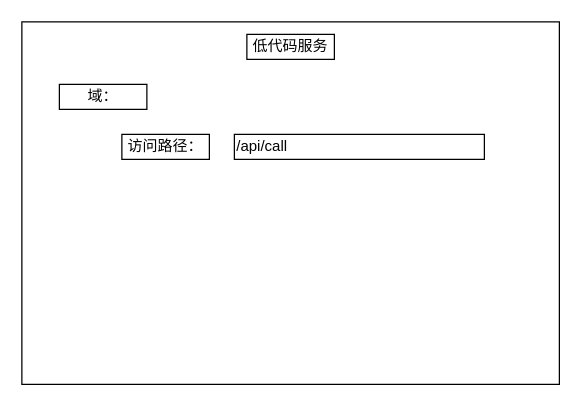
Above: 未命名绘图.drawio in ProgrammerLZ/drawio (draw.io), before the change. Source tidied: cells renumbered, new cells numbered last; positions are measured from the earlier drawing's top-left corner, leaving out a move shared by most shapes. Both pictures are drawn from the tidied source at 125%, with x=0, y=0 at pixel (21, 21).
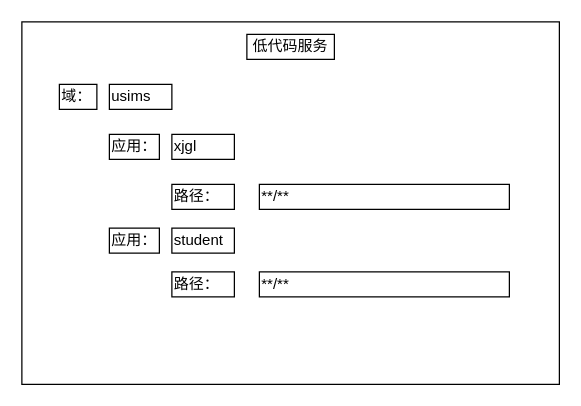
After the change.

Commit message (it also covers changes not shown here):
更新未命名绘图.drawio

Change to the diagram source:
```diff
@@
 <mxGraphModel>
   <root>
     <mxCell id="0" />
     <mxCell id="1" parent="0" />
     <mxCell id="2" style="rounded=0;whiteSpace=wrap;html=1;" parent="1" vertex="1">
       <mxGeometry width="430" height="290" as="geometry" />
     </mxCell>
     <mxCell id="3" value="低代码服务" style="rounded=0;whiteSpace=wrap;html=1;" parent="1" vertex="1">
       <mxGeometry x="180" y="10" width="70" height="20" as="geometry" />
     </mxCell>
-    <mxCell id="4" value="访问路径：" style="rounded=0;whiteSpace=wrap;html=1;" parent="1" vertex="1">
-      <mxGeometry x="80" y="90" width="70" height="20" as="geometry" />
+    <mxCell id="4" value="路径：" style="rounded=0;whiteSpace=wrap;html=1;align=left;" parent="1" vertex="1">
+      <mxGeometry x="120" y="130" width="50" height="20" as="geometry" />
     </mxCell>
-    <mxCell id="5" value="/api/call" style="rounded=0;whiteSpace=wrap;html=1;align=left;" parent="1" vertex="1">
-      <mxGeometry x="170" y="90" width="200" height="20" as="geometry" />
+    <mxCell id="5" value="**/**" style="rounded=0;whiteSpace=wrap;html=1;align=left;" parent="1" vertex="1">
+      <mxGeometry x="190" y="130" width="200" height="20" as="geometry" />
     </mxCell>
-    <mxCell id="6" value="域：" style="rounded=0;whiteSpace=wrap;html=1;" parent="1" vertex="1">
-      <mxGeometry x="30" y="50" width="70" height="20" as="geometry" />
+    <mxCell id="6" value="域：" style="rounded=0;whiteSpace=wrap;html=1;align=left;" parent="1" vertex="1">
+      <mxGeometry x="30" y="50" width="30" height="20" as="geometry" />
     </mxCell>
+    <mxCell id="7" value="usims" style="rounded=0;whiteSpace=wrap;html=1;align=left;" parent="1" vertex="1">
+      <mxGeometry x="70" y="50" width="50" height="20" as="geometry" />
+    </mxCell>
+    <mxCell id="8" value="应用：" style="rounded=0;whiteSpace=wrap;html=1;align=left;" parent="1" vertex="1">
+      <mxGeometry x="70" y="90" width="40" height="20" as="geometry" />
+    </mxCell>
+    <mxCell id="9" value="xjgl" style="rounded=0;whiteSpace=wrap;html=1;align=left;" parent="1" vertex="1">
+      <mxGeometry x="120" y="90" width="50" height="20" as="geometry" />
+    </mxCell>
+    <mxCell id="10" value="应用：" style="rounded=0;whiteSpace=wrap;html=1;align=left;" parent="1" vertex="1">
+      <mxGeometry x="70" y="165" width="40" height="20" as="geometry" />
+    </mxCell>
+    <mxCell id="11" value="student" style="rounded=0;whiteSpace=wrap;html=1;align=left;" parent="1" vertex="1">
+      <mxGeometry x="120" y="165" width="50" height="20" as="geometry" />
+    </mxCell>
+    <mxCell id="12" value="路径：" style="rounded=0;whiteSpace=wrap;html=1;align=left;" parent="1" vertex="1">
+      <mxGeometry x="120" y="200" width="50" height="20" as="geometry" />
+    </mxCell>
+    <mxCell id="13" value="**/**" style="rounded=0;whiteSpace=wrap;html=1;align=left;" parent="1" vertex="1">
+      <mxGeometry x="190" y="200" width="200" height="20" as="geometry" />
+    </mxCell>
   </root>
 </mxGraphModel>
```
